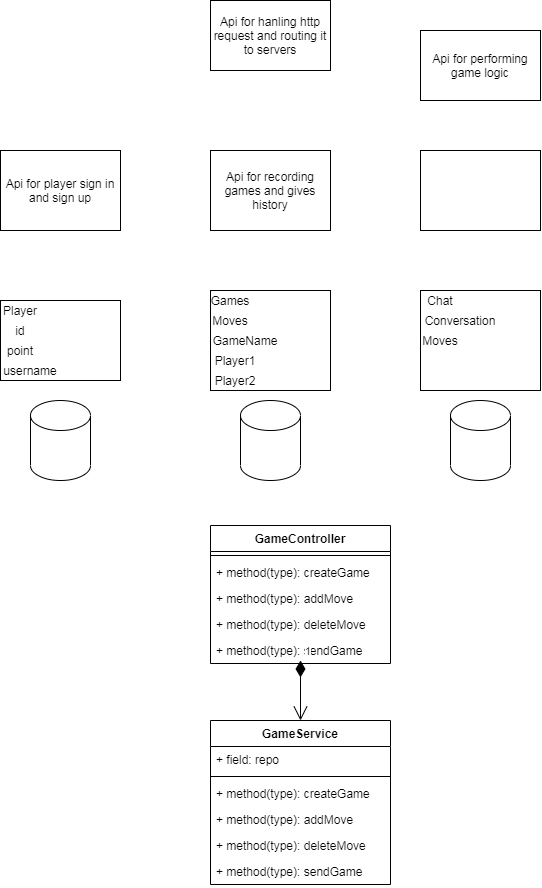
This is Service.png from emreisler/2DAndroidGame, a draw.io export, as it was before one commit. Source tidied: cells renumbered, new cells last; positions are measured from the earlier drawing's top-left corner, leaving out a move shared by most shapes.
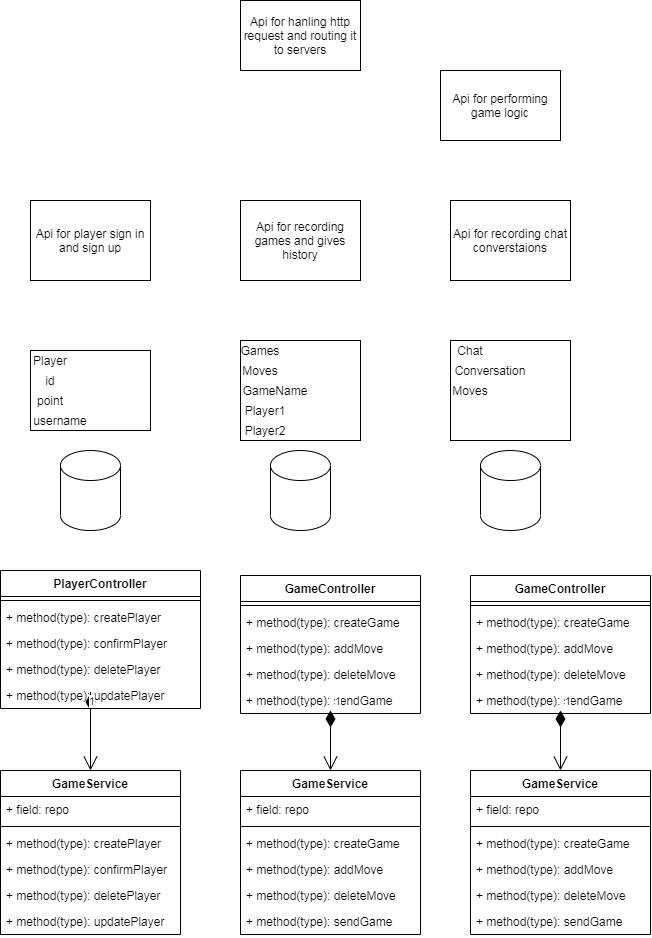
The same diagram one commit later.

Diff of the diagram source:
```diff
@@ -3,7 +3,7 @@
     <mxCell id="0" />
     <mxCell id="1" parent="0" />
     <mxCell id="2" value="Api for performing game logic" style="rounded=0;whiteSpace=wrap;html=1;" parent="1" vertex="1">
-      <mxGeometry x="420" y="30" width="120" height="70" as="geometry" />
+      <mxGeometry x="410" y="20" width="120" height="70" as="geometry" />
     </mxCell>
     <mxCell id="3" style="rounded=0;whiteSpace=wrap;html=1;" parent="1" vertex="1">
       <mxGeometry y="300" width="120" height="80" as="geometry" />
@@ -53,7 +53,7 @@
     <mxCell id="18" style="rounded=0;whiteSpace=wrap;html=1;" parent="1" vertex="1">
       <mxGeometry x="210" y="150" width="120" height="80" as="geometry" />
     </mxCell>
-    <mxCell id="19" style="rounded=0;whiteSpace=wrap;html=1;" parent="1" vertex="1">
+    <mxCell id="19" value="Api for recording chat converstaions" style="rounded=0;whiteSpace=wrap;html=1;" parent="1" vertex="1">
       <mxGeometry x="420" y="150" width="120" height="80" as="geometry" />
     </mxCell>
     <mxCell id="20" value="Api for recording games and gives history" style="rounded=0;whiteSpace=wrap;html=1;" parent="1" vertex="1">
@@ -116,7 +116,98 @@
       <mxGeometry x="420" y="330" width="40" height="20" as="geometry" />
     </mxCell>
     <mxCell id="39" value="Api for hanling http request and routing it to servers" style="rounded=0;whiteSpace=wrap;html=1;" parent="1" vertex="1">
-      <mxGeometry x="210" width="120" height="70" as="geometry" />
+      <mxGeometry x="210" y="-50" width="120" height="70" as="geometry" />
     </mxCell>
+    <mxCell id="40" value="GameService&#10;" style="swimlane;fontStyle=1;align=center;verticalAlign=top;horizontal=1;startSize=26;" parent="1" vertex="1">
+      <mxGeometry x="-30" y="720" width="180" height="164" as="geometry" />
+    </mxCell>
+    <mxCell id="41" value="+ field: repo" style="text;strokeColor=none;fillColor=none;align=left;verticalAlign=top;spacingLeft=4;spacingRight=4;overflow=hidden;" parent="40" vertex="1">
+      <mxGeometry y="26" width="180" height="26" as="geometry" />
+    </mxCell>
+    <mxCell id="42" style="line;strokeWidth=1;fillColor=none;align=left;verticalAlign=middle;spacingTop=-1;spacingLeft=3;spacingRight=3;labelPosition=right;" parent="40" vertex="1">
+      <mxGeometry y="52" width="180" height="8" as="geometry" />
+    </mxCell>
+    <mxCell id="43" value="+ method(type): createPlayer" style="text;strokeColor=none;fillColor=none;align=left;verticalAlign=top;spacingLeft=4;spacingRight=4;overflow=hidden;" parent="40" vertex="1">
+      <mxGeometry y="60" width="180" height="26" as="geometry" />
+    </mxCell>
+    <mxCell id="44" value="+ method(type): confirmPlayer" style="text;strokeColor=none;fillColor=none;align=left;verticalAlign=top;spacingLeft=4;spacingRight=4;overflow=hidden;" parent="40" vertex="1">
+      <mxGeometry y="86" width="180" height="26" as="geometry" />
+    </mxCell>
+    <mxCell id="45" value="+ method(type): deletePlayer" style="text;strokeColor=none;fillColor=none;align=left;verticalAlign=top;spacingLeft=4;spacingRight=4;overflow=hidden;" parent="40" vertex="1">
+      <mxGeometry y="112" width="180" height="26" as="geometry" />
+    </mxCell>
+    <mxCell id="46" value="+ method(type): updatePlayer" style="text;strokeColor=none;fillColor=none;align=left;verticalAlign=top;spacingLeft=4;spacingRight=4;overflow=hidden;" parent="40" vertex="1">
+      <mxGeometry y="138" width="180" height="26" as="geometry" />
+    </mxCell>
+    <mxCell id="47" value="PlayerController" style="swimlane;fontStyle=1;align=center;verticalAlign=top;horizontal=1;startSize=26;" parent="1" vertex="1">
+      <mxGeometry x="-30" y="520" width="200" height="138" as="geometry" />
+    </mxCell>
+    <mxCell id="48" style="line;strokeWidth=1;fillColor=none;align=left;verticalAlign=middle;spacingTop=-1;spacingLeft=3;spacingRight=3;labelPosition=right;" parent="47" vertex="1">
+      <mxGeometry y="26" width="200" height="8" as="geometry" />
+    </mxCell>
+    <mxCell id="49" value="+ method(type): createPlayer" style="text;strokeColor=none;fillColor=none;align=left;verticalAlign=top;spacingLeft=4;spacingRight=4;overflow=hidden;" parent="47" vertex="1">
+      <mxGeometry y="34" width="200" height="26" as="geometry" />
+    </mxCell>
+    <mxCell id="50" value="+ method(type): confirmPlayer" style="text;strokeColor=none;fillColor=none;align=left;verticalAlign=top;spacingLeft=4;spacingRight=4;overflow=hidden;" parent="47" vertex="1">
+      <mxGeometry y="60" width="200" height="26" as="geometry" />
+    </mxCell>
+    <mxCell id="51" value="+ method(type): deletePlayer" style="text;strokeColor=none;fillColor=none;align=left;verticalAlign=top;spacingLeft=4;spacingRight=4;overflow=hidden;" parent="47" vertex="1">
+      <mxGeometry y="86" width="200" height="26" as="geometry" />
+    </mxCell>
+    <mxCell id="52" value="+ method(type): updatePlayer" style="text;strokeColor=none;fillColor=none;align=left;verticalAlign=top;spacingLeft=4;spacingRight=4;overflow=hidden;" parent="47" vertex="1">
+      <mxGeometry y="112" width="200" height="26" as="geometry" />
+    </mxCell>
+    <mxCell id="53" value="1" style="endArrow=open;html=1;endSize=12;startArrow=diamondThin;startSize=14;startFill=1;edgeStyle=orthogonalEdgeStyle;align=left;verticalAlign=bottom;entryX=0.5;entryY=0;entryDx=0;entryDy=0;" parent="1" edge="1" target="40">
+      <mxGeometry x="-1" y="3" relative="1" as="geometry">
+        <mxPoint x="60" y="660" as="sourcePoint" />
+        <Array as="points">
+          <mxPoint x="60" y="640" />
+        </Array>
+      </mxGeometry>
+    </mxCell>
+    <mxCell id="54" value="GameService&#10;" style="swimlane;fontStyle=1;align=center;verticalAlign=top;horizontal=1;startSize=26;" parent="1" vertex="1">
+      <mxGeometry x="440" y="720" width="180" height="164" as="geometry" />
+    </mxCell>
+    <mxCell id="55" value="+ field: repo" style="text;strokeColor=none;fillColor=none;align=left;verticalAlign=top;spacingLeft=4;spacingRight=4;overflow=hidden;" parent="54" vertex="1">
+      <mxGeometry y="26" width="180" height="26" as="geometry" />
+    </mxCell>
+    <mxCell id="56" style="line;strokeWidth=1;fillColor=none;align=left;verticalAlign=middle;spacingTop=-1;spacingLeft=3;spacingRight=3;labelPosition=right;" parent="54" vertex="1">
+      <mxGeometry y="52" width="180" height="8" as="geometry" />
+    </mxCell>
+    <mxCell id="57" value="+ method(type): createGame" style="text;strokeColor=none;fillColor=none;align=left;verticalAlign=top;spacingLeft=4;spacingRight=4;overflow=hidden;" parent="54" vertex="1">
+      <mxGeometry y="60" width="180" height="26" as="geometry" />
+    </mxCell>
+    <mxCell id="58" value="+ method(type): addMove" style="text;strokeColor=none;fillColor=none;align=left;verticalAlign=top;spacingLeft=4;spacingRight=4;overflow=hidden;" parent="54" vertex="1">
+      <mxGeometry y="86" width="180" height="26" as="geometry" />
+    </mxCell>
+    <mxCell id="59" value="+ method(type): deleteMove" style="text;strokeColor=none;fillColor=none;align=left;verticalAlign=top;spacingLeft=4;spacingRight=4;overflow=hidden;" parent="54" vertex="1">
+      <mxGeometry y="112" width="180" height="26" as="geometry" />
+    </mxCell>
+    <mxCell id="60" value="+ method(type): sendGame" style="text;strokeColor=none;fillColor=none;align=left;verticalAlign=top;spacingLeft=4;spacingRight=4;overflow=hidden;" parent="54" vertex="1">
+      <mxGeometry y="138" width="180" height="26" as="geometry" />
+    </mxCell>
+    <mxCell id="61" value="GameController" style="swimlane;fontStyle=1;align=center;verticalAlign=top;horizontal=1;startSize=26;" parent="1" vertex="1">
+      <mxGeometry x="440" y="525" width="180" height="138" as="geometry" />
+    </mxCell>
+    <mxCell id="62" style="line;strokeWidth=1;fillColor=none;align=left;verticalAlign=middle;spacingTop=-1;spacingLeft=3;spacingRight=3;labelPosition=right;" parent="61" vertex="1">
+      <mxGeometry y="26" width="180" height="8" as="geometry" />
+    </mxCell>
+    <mxCell id="63" value="+ method(type): createGame" style="text;strokeColor=none;fillColor=none;align=left;verticalAlign=top;spacingLeft=4;spacingRight=4;overflow=hidden;" parent="61" vertex="1">
+      <mxGeometry y="34" width="180" height="26" as="geometry" />
+    </mxCell>
+    <mxCell id="64" value="+ method(type): addMove" style="text;strokeColor=none;fillColor=none;align=left;verticalAlign=top;spacingLeft=4;spacingRight=4;overflow=hidden;" parent="61" vertex="1">
+      <mxGeometry y="60" width="180" height="26" as="geometry" />
+    </mxCell>
+    <mxCell id="65" value="+ method(type): deleteMove" style="text;strokeColor=none;fillColor=none;align=left;verticalAlign=top;spacingLeft=4;spacingRight=4;overflow=hidden;" parent="61" vertex="1">
+      <mxGeometry y="86" width="180" height="26" as="geometry" />
+    </mxCell>
+    <mxCell id="66" value="+ method(type): sendGame" style="text;strokeColor=none;fillColor=none;align=left;verticalAlign=top;spacingLeft=4;spacingRight=4;overflow=hidden;" parent="61" vertex="1">
+      <mxGeometry y="112" width="180" height="26" as="geometry" />
+    </mxCell>
+    <mxCell id="67" value="1" style="endArrow=open;html=1;endSize=12;startArrow=diamondThin;startSize=14;startFill=1;edgeStyle=orthogonalEdgeStyle;align=left;verticalAlign=bottom;entryX=0.5;entryY=0;entryDx=0;entryDy=0;" parent="1" edge="1" target="54">
+      <mxGeometry x="-1" y="3" relative="1" as="geometry">
+        <mxPoint x="530" y="660" as="sourcePoint" />
+      </mxGeometry>
+    </mxCell>
   </root>
 </mxGraphModel>
```
